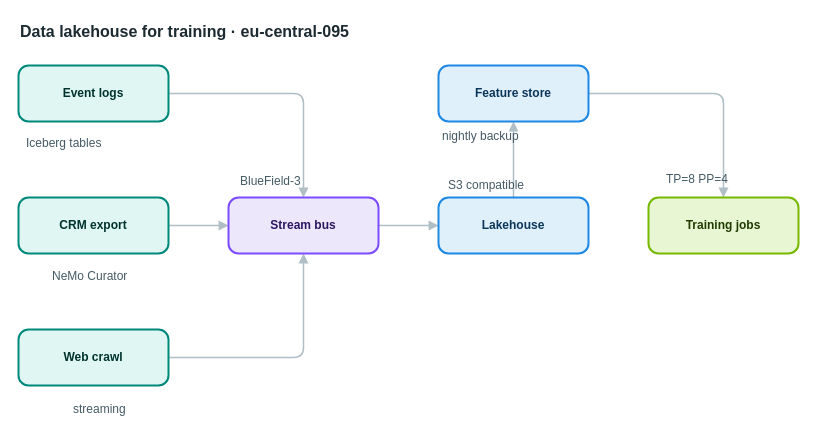
AryanG01/open-apprentice keeps this draw.io diagram as apps/web/public/samples/library/095-data-lakehouse-for-training.drawio. Above is the earlier version. Source tidied: cells renumbered, new cells numbered last; positions are measured from the earlier drawing's top-left corner, leaving out a move shared by most shapes. Both pictures are drawn from the tidied source at 100%, with x=0, y=0 at pixel (18, 17).
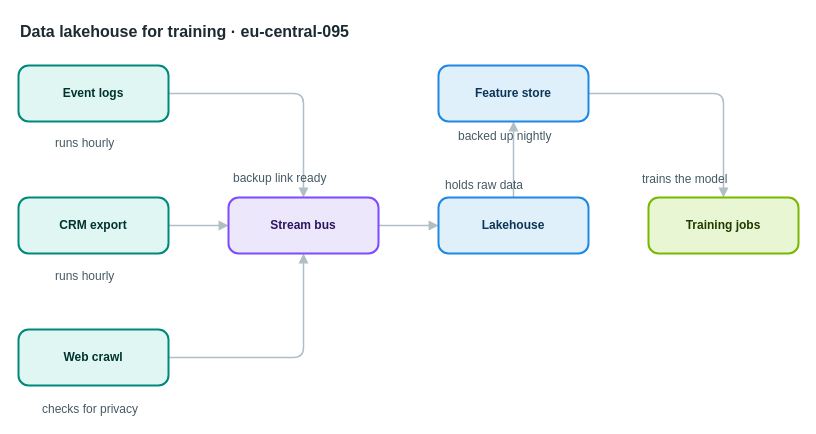
The same page after the edit.

What changed in the source:
```diff
@@
-    <mxCell id="16" value="Iceberg tables" style="text;html=1;align=left;verticalAlign=top;whiteSpace=nowrap;spacing=0;spacingTop=0;strokeColor=none;fillColor=none;fontSize=12;fontColor=#455a64;" parent="1" vertex="1">
-      <mxGeometry x="8" y="114" width="110" height="20" as="geometry" />
+    <mxCell id="16" value="runs hourly" style="text;html=1;align=left;verticalAlign=top;whiteSpace=nowrap;spacing=0;spacingTop=0;strokeColor=none;fillColor=none;fontSize=12;fontColor=#455a64;" parent="1" vertex="1">
+      <mxGeometry x="37" y="114" width="89" height="20" as="geometry" />
     </mxCell>
-    <mxCell id="17" value="NeMo Curator" style="text;html=1;align=left;verticalAlign=top;whiteSpace=nowrap;spacing=0;spacingTop=0;strokeColor=none;fillColor=none;fontSize=12;fontColor=#455a64;" parent="1" vertex="1">
-      <mxGeometry x="34" y="247" width="96" height="20" as="geometry" />
+    <mxCell id="17" value="runs hourly" style="text;html=1;align=left;verticalAlign=top;whiteSpace=nowrap;spacing=0;spacingTop=0;strokeColor=none;fillColor=none;fontSize=12;fontColor=#455a64;" parent="1" vertex="1">
+      <mxGeometry x="37" y="247" width="89" height="20" as="geometry" />
     </mxCell>
-    <mxCell id="18" value="streaming" style="text;html=1;align=left;verticalAlign=top;whiteSpace=nowrap;spacing=0;spacingTop=0;strokeColor=none;fillColor=none;fontSize=12;fontColor=#455a64;" parent="1" vertex="1">
-      <mxGeometry x="55" y="380" width="75" height="20" as="geometry" />
+    <mxCell id="18" value="checks for privacy" style="text;html=1;align=left;verticalAlign=top;whiteSpace=nowrap;spacing=0;spacingTop=0;strokeColor=none;fillColor=none;fontSize=12;fontColor=#455a64;" parent="1" vertex="1">
+      <mxGeometry x="24" y="380" width="138" height="20" as="geometry" />
     </mxCell>
-    <mxCell id="19" value="BlueField-3" style="text;html=1;align=left;verticalAlign=top;whiteSpace=nowrap;spacing=0;spacingTop=0;strokeColor=none;fillColor=none;fontSize=12;fontColor=#455a64;" parent="1" vertex="1">
-      <mxGeometry x="222" y="152" width="89" height="20" as="geometry" />
+    <mxCell id="19" value="backup link ready" style="text;html=1;align=left;verticalAlign=top;whiteSpace=nowrap;spacing=0;spacingTop=0;strokeColor=none;fillColor=none;fontSize=12;fontColor=#455a64;" parent="1" vertex="1">
+      <mxGeometry x="215" y="149" width="131" height="20" as="geometry" />
     </mxCell>
-    <mxCell id="20" value="S3 compatible" style="text;html=1;align=left;verticalAlign=top;whiteSpace=nowrap;spacing=0;spacingTop=0;strokeColor=none;fillColor=none;fontSize=12;fontColor=#455a64;" parent="1" vertex="1">
-      <mxGeometry x="430" y="156" width="103" height="20" as="geometry" />
+    <mxCell id="20" value="holds raw data" style="text;html=1;align=left;verticalAlign=top;whiteSpace=nowrap;spacing=0;spacingTop=0;strokeColor=none;fillColor=none;fontSize=12;fontColor=#455a64;" parent="1" vertex="1">
+      <mxGeometry x="427" y="156" width="110" height="20" as="geometry" />
     </mxCell>
-    <mxCell id="21" value="nightly backup" style="text;html=1;align=left;verticalAlign=top;whiteSpace=nowrap;spacing=0;spacingTop=0;strokeColor=none;fillColor=none;fontSize=12;fontColor=#455a64;" parent="1" vertex="1">
-      <mxGeometry x="424" y="107" width="110" height="20" as="geometry" />
+    <mxCell id="21" value="backed up nightly" style="text;html=1;align=left;verticalAlign=top;whiteSpace=nowrap;spacing=0;spacingTop=0;strokeColor=none;fillColor=none;fontSize=12;fontColor=#455a64;" parent="1" vertex="1">
+      <mxGeometry x="440" y="107" width="131" height="20" as="geometry" />
     </mxCell>
-    <mxCell id="22" value="TP=8 PP=4" style="text;html=1;align=left;verticalAlign=top;whiteSpace=nowrap;spacing=0;spacingTop=0;strokeColor=none;fillColor=none;fontSize=12;fontColor=#455a64;" parent="1" vertex="1">
-      <mxGeometry x="648" y="150" width="75" height="20" as="geometry" />
+    <mxCell id="22" value="trains the model" style="text;html=1;align=left;verticalAlign=top;whiteSpace=nowrap;spacing=0;spacingTop=0;strokeColor=none;fillColor=none;fontSize=12;fontColor=#455a64;" parent="1" vertex="1">
+      <mxGeometry x="624" y="150" width="124" height="20" as="geometry" />
     </mxCell>
```
